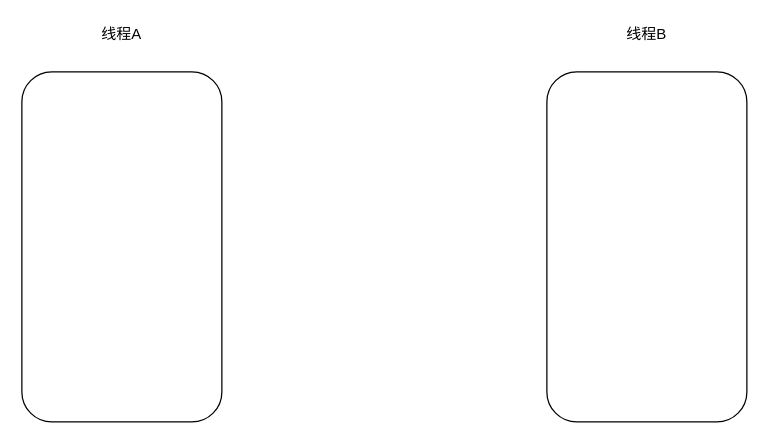
LePeitiPrince/note-picture keeps this draw.io diagram as 多线程与高并发/Untitled Diagram.drawio. Above is the earlier version. Source tidied: cells renumbered, new cells numbered last; positions are measured from the earlier drawing's top-left corner, leaving out a move shared by most shapes. Both pictures are drawn from the tidied source at 125%, with x=0, y=0 at pixel (21, 21).
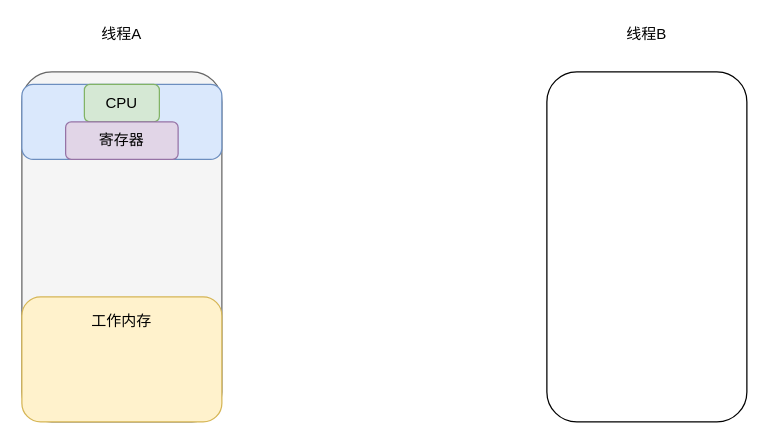
The same page after the edit.

What changed in the source:
```diff
@@
 <mxGraphModel>
   <root>
     <mxCell id="0" />
     <mxCell id="1" parent="0" />
-    <mxCell id="2" style="rounded=1;whiteSpace=wrap;html=1;" parent="1" vertex="1">
+    <mxCell id="2" style="rounded=1;whiteSpace=wrap;html=1;fillColor=#f5f5f5;strokeColor=#666666;fontColor=#333333;" parent="1" vertex="1">
       <mxGeometry y="40" width="160" height="280" as="geometry" />
     </mxCell>
     <mxCell id="3" style="rounded=1;whiteSpace=wrap;html=1;" parent="1" vertex="1">
       <mxGeometry x="420" y="40" width="160" height="280" as="geometry" />
     </mxCell>
     <mxCell id="4" value="线程A" style="text;html=1;strokeColor=none;fillColor=none;align=center;verticalAlign=middle;whiteSpace=wrap;rounded=0;" parent="1" vertex="1">
       <mxGeometry x="60" width="40" height="20" as="geometry" />
     </mxCell>
     <mxCell id="5" value="线程B" style="text;html=1;strokeColor=none;fillColor=none;align=center;verticalAlign=middle;whiteSpace=wrap;rounded=0;" parent="1" vertex="1">
       <mxGeometry x="480" width="40" height="20" as="geometry" />
     </mxCell>
+    <mxCell id="6" style="rounded=1;whiteSpace=wrap;html=1;fillColor=#dae8fc;strokeColor=#6c8ebf;" parent="1" vertex="1">
+      <mxGeometry y="50" width="160" height="60" as="geometry" />
+    </mxCell>
+    <mxCell id="7" value="CPU" style="rounded=1;whiteSpace=wrap;html=1;fillColor=#d5e8d4;strokeColor=#82b366;" parent="1" vertex="1">
+      <mxGeometry x="50" y="50" width="60" height="30" as="geometry" />
+    </mxCell>
+    <mxCell id="8" value="寄存器" style="rounded=1;whiteSpace=wrap;html=1;fillColor=#e1d5e7;strokeColor=#9673a6;" parent="1" vertex="1">
+      <mxGeometry x="35" y="80" width="90" height="30" as="geometry" />
+    </mxCell>
+    <mxCell id="9" style="rounded=1;whiteSpace=wrap;html=1;fillColor=#fff2cc;strokeColor=#d6b656;" parent="1" vertex="1">
+      <mxGeometry y="220" width="160" height="100" as="geometry" />
+    </mxCell>
+    <mxCell id="10" value="工作内存" style="text;html=1;strokeColor=none;fillColor=none;align=center;verticalAlign=middle;whiteSpace=wrap;rounded=0;" parent="1" vertex="1">
+      <mxGeometry x="50" y="230" width="60" height="20" as="geometry" />
+    </mxCell>
   </root>
 </mxGraphModel>
```
